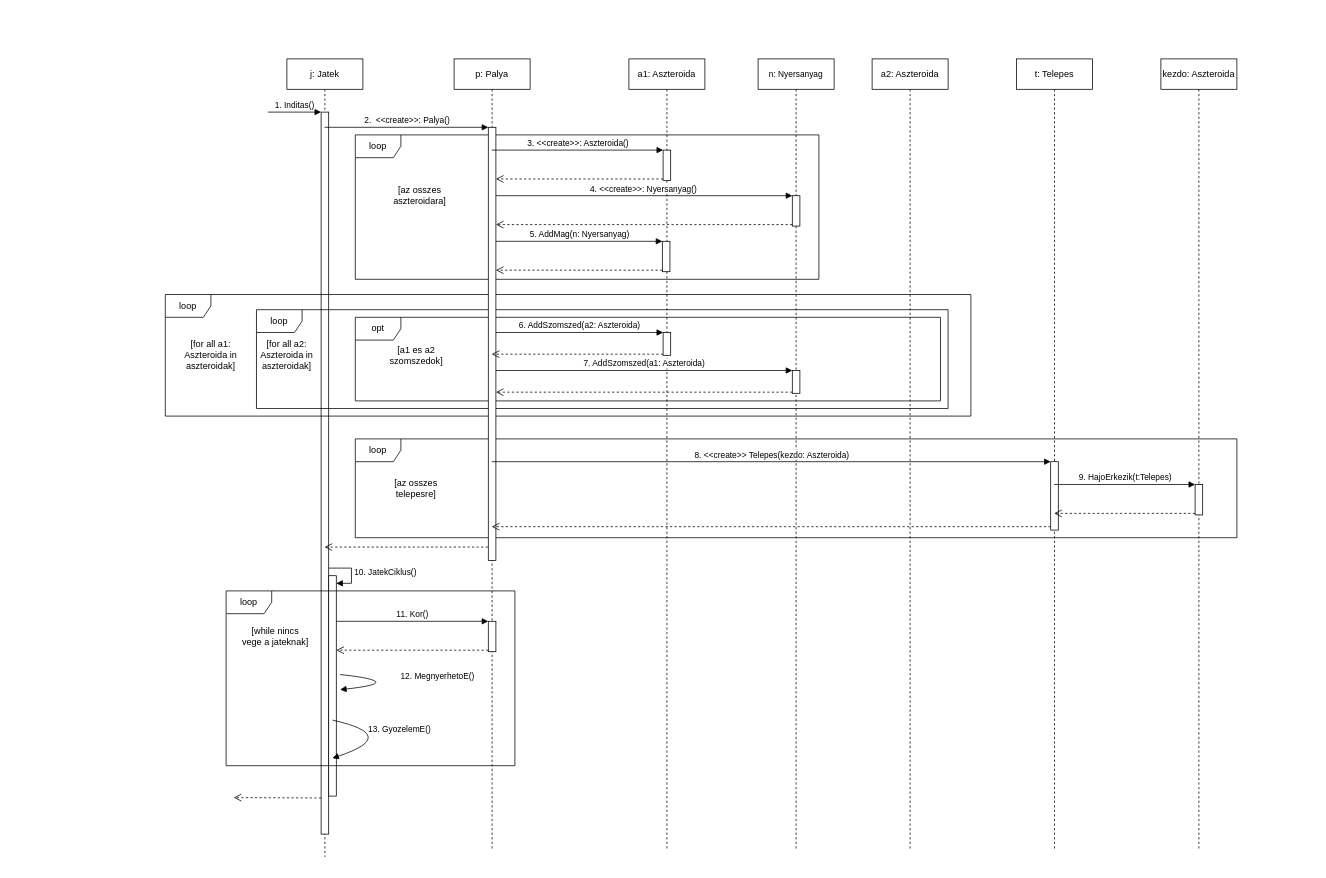
This is doc/uml/jatek_ciklus.drawio from torpeBoiGo/aszteroidabanyaszat, a draw.io file, before an edit. Source tidied: cells renumbered, new cells numbered last; positions are measured from the earlier drawing's top-left corner, leaving out a move shared by most shapes. Both pictures are drawn from the tidied source at 76%, with x=0, y=0 at pixel (165, 59).
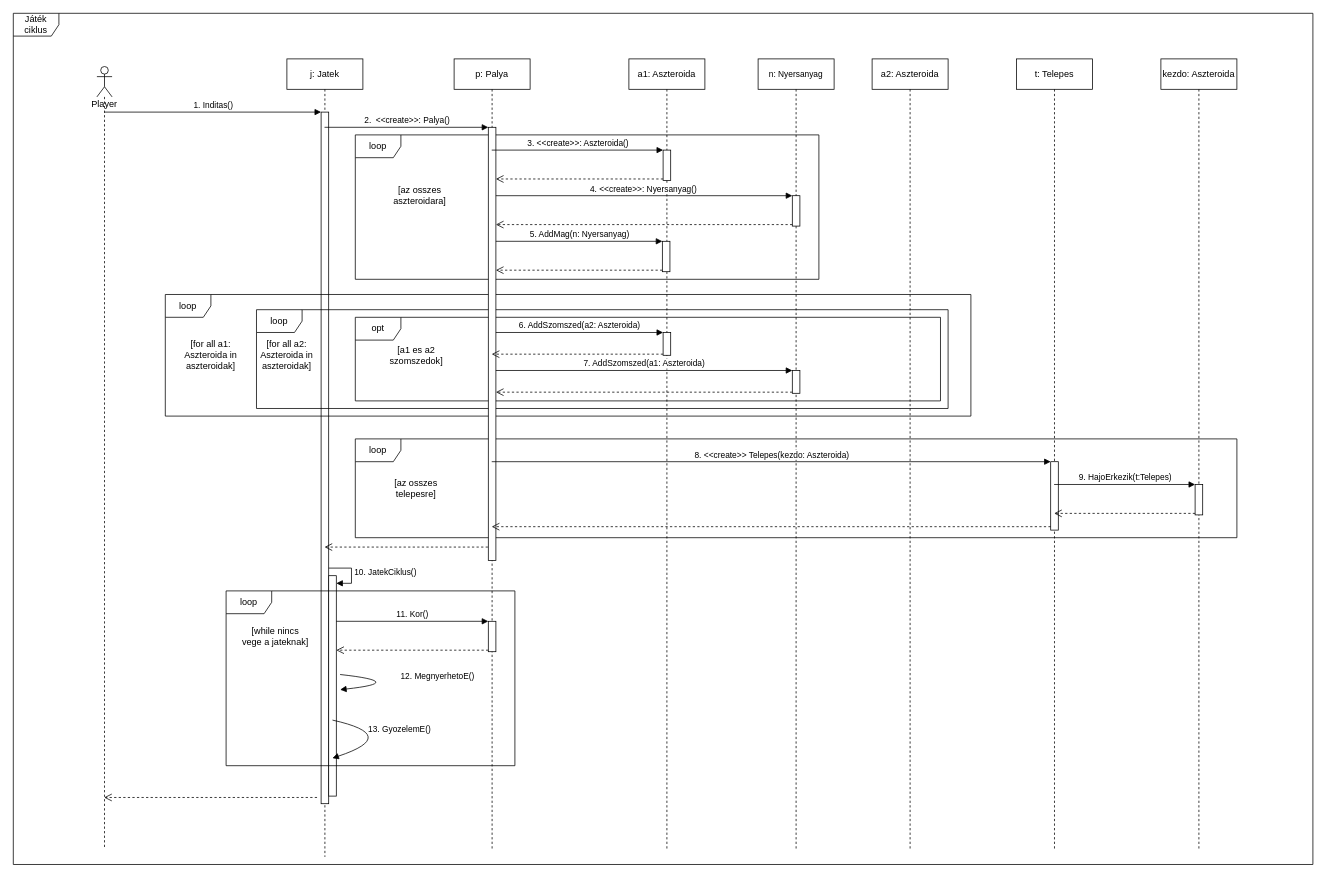
The same diagram, later.

Unchanged cells that the change refers to:
```xml
<mxCell id="2" value="j: Jatek" style="shape=umlLifeline;perimeter=lifelinePerimeter;whiteSpace=wrap;html=1;outlineConnect=0;" parent="1" vertex="1">
  <mxGeometry x="160" width="100" height="1050" as="geometry" />
</mxCell>
```

The edit, as a diff of the source:
```diff
@@
+    <mxCell id="55" value="Játék ciklus" style="shape=umlFrame;whiteSpace=wrap;html=1;" parent="1" vertex="1">
+      <mxGeometry x="-200" y="-60" width="1710" height="1120" as="geometry" />
+    </mxCell>
@@
     <mxCell id="3" style="html=1;points=[];perimeter=orthogonalPerimeter;" parent="2" vertex="1">
-      <mxGeometry x="45" y="70" width="10" height="950" as="geometry" />
+      <mxGeometry x="45" y="70" width="10" height="910" as="geometry" />
     </mxCell>
-    <mxCell id="4" value="1. Inditas()" style="html=1;verticalAlign=bottom;endArrow=block;entryX=0;entryY=0;" parent="2" edge="1" target="3">
-      <mxGeometry relative="1" as="geometry">
-        <mxPoint x="-25" y="70" as="sourcePoint" />
-      </mxGeometry>
-    </mxCell>
-    <mxCell id="5" style="html=1;verticalAlign=bottom;endArrow=open;dashed=1;endSize=8;exitX=0;exitY=0.95;" parent="2" edge="1" source="3">
-      <mxGeometry x="1" y="-88" relative="1" as="geometry">
-        <mxPoint x="-70" y="972" as="targetPoint" />
-        <mxPoint x="-66" y="28" as="offset" />
-      </mxGeometry>
-    </mxCell>
@@
+    <mxCell id="56" value="Player" style="shape=umlLifeline;participant=umlActor;perimeter=lifelinePerimeter;whiteSpace=wrap;html=1;verticalAlign=top;spacingTop=36;outlineConnect=0;" parent="1" vertex="1">
+      <mxGeometry x="-90" y="10" width="20" height="1030" as="geometry" />
+    </mxCell>
+    <mxCell id="4" value="1. Inditas()" style="html=1;verticalAlign=bottom;endArrow=block;entryX=0;entryY=0;" parent="1" edge="1" source="56" target="3">
+      <mxGeometry relative="1" as="geometry" />
+    </mxCell>
+    <mxCell id="5" style="html=1;verticalAlign=bottom;endArrow=open;dashed=1;endSize=8;exitX=-0.533;exitY=0.991;exitDx=0;exitDy=0;exitPerimeter=0;" parent="1" edge="1" source="3" target="56">
+      <mxGeometry x="1" y="-88" relative="1" as="geometry">
+        <mxPoint x="-66" y="28" as="offset" />
+      </mxGeometry>
+    </mxCell>
```
